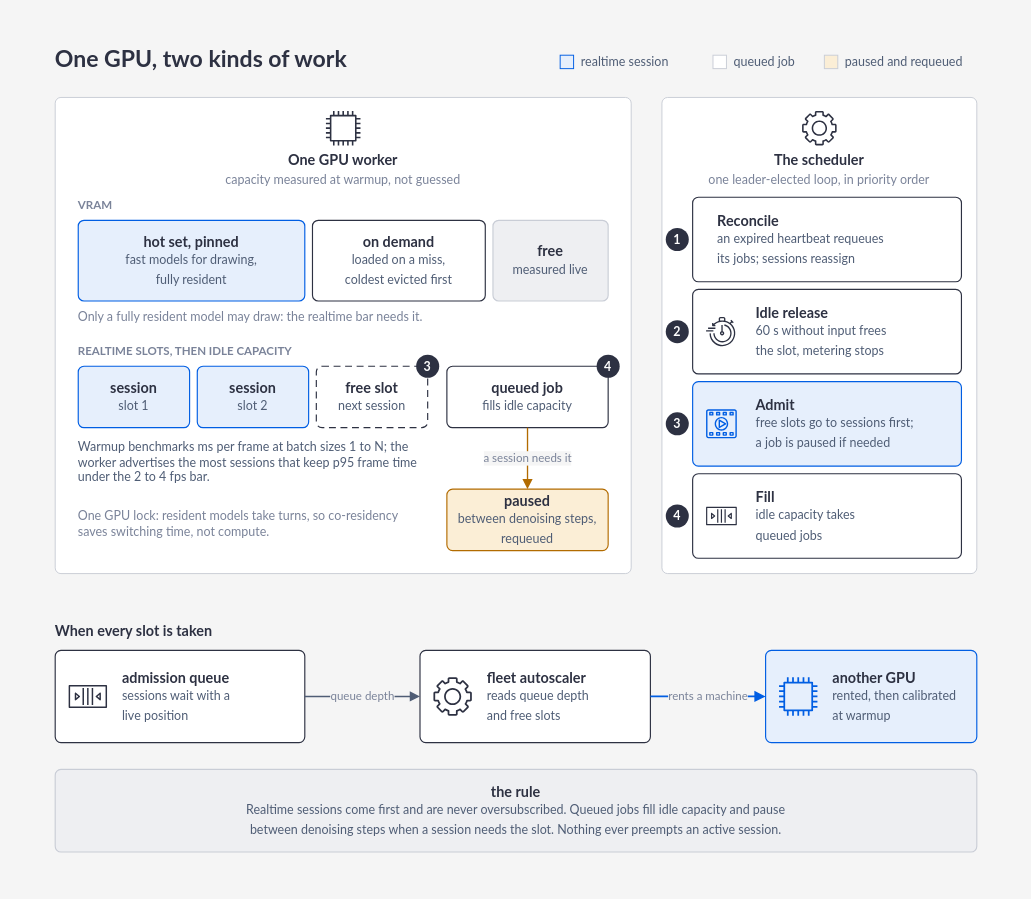
Earlier version of the draw.io diagram docs/figures/whitepaper/gpu-scheduling.drawio (Portocolom-Studio/potocolom). Source tidied: cells renumbered, new cells numbered last; positions are measured from the earlier drawing's top-left corner, leaving out a move shared by most shapes. Both pictures are drawn from the tidied source at 96%, with x=0, y=0 at pixel (16, 16).
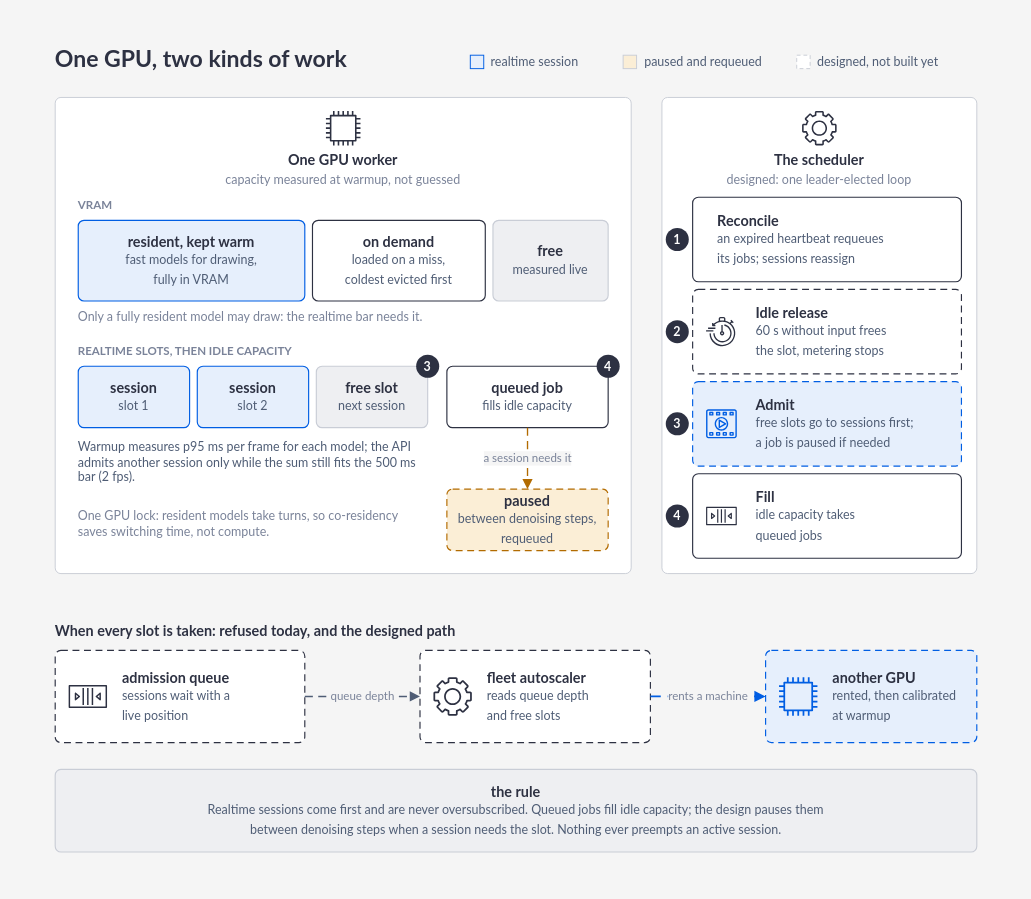
Above is the later version.

The change refers to these unchanged cells:
```xml
<mxCell id="27" value="&lt;b&gt;queued job&lt;/b&gt;&lt;br&gt;&lt;span style=&quot;font-size:13px;font-weight:normal;color:#4f5d75;line-height:1.5&quot;&gt;fills idle capacity&lt;/span&gt;" style="rounded=1;absoluteArcSize=1;arcSize=12;whiteSpace=wrap;html=1;fillColor=#ffffff;strokeColor=#2d3142;strokeWidth=1.2;fontFamily=Lato;fontSize=15;fontColor=#2d3142;fontStyle=0;align=center;verticalAlign=middle;spacing=10;" parent="1" vertex="1">
  <mxGeometry x="448" y="364" width="168" height="64" as="geometry" />
</mxCell>
```

What changed in the source:
```diff
@@
-    <mxCell id="4" style="rounded=0;absoluteArcSize=1;arcSize=12;whiteSpace=wrap;html=1;fillColor=#fbeed6;strokeColor=#c9cdd6;strokeWidth=1;fontFamily=Lato;fontSize=16;fontColor=#2d3142;fontStyle=1;align=center;verticalAlign=middle;spacing=10;" parent="1" vertex="1">
-      <mxGeometry x="841.2" y="40" width="14" height="14" as="geometry" />
+    <mxCell id="4" style="rounded=0;absoluteArcSize=1;arcSize=12;whiteSpace=wrap;html=1;fillColor=#ffffff;strokeColor=#c9cdd6;dashed=1;dashPattern=4 3;strokeWidth=1;fontFamily=Lato;fontSize=16;fontColor=#2d3142;fontStyle=1;align=center;verticalAlign=middle;spacing=10;" parent="1" vertex="1">
+      <mxGeometry x="812.4" y="40" width="14" height="14" as="geometry" />
     </mxCell>
-    <mxCell id="5" value="paused and requeued" style="text;html=1;whiteSpace=wrap;fontFamily=Lato;fontSize=13;fontColor=#4f5d75;fontStyle=0;align=left;verticalAlign=middle;spacing=0;" parent="1" vertex="1">
-      <mxGeometry x="863.2" y="37" width="136.8" height="20" as="geometry" />
+    <mxCell id="5" value="designed, not built yet" style="text;html=1;whiteSpace=wrap;fontFamily=Lato;fontSize=13;fontColor=#4f5d75;fontStyle=0;align=left;verticalAlign=middle;spacing=0;" parent="1" vertex="1">
+      <mxGeometry x="834.4" y="37" width="165.6" height="20" as="geometry" />
     </mxCell>
-    <mxCell id="6" style="rounded=0;absoluteArcSize=1;arcSize=12;whiteSpace=wrap;html=1;fillColor=#ffffff;strokeColor=#c9cdd6;strokeWidth=1;fontFamily=Lato;fontSize=16;fontColor=#2d3142;fontStyle=1;align=center;verticalAlign=middle;spacing=10;" parent="1" vertex="1">
-      <mxGeometry x="725.2" y="40" width="14" height="14" as="geometry" />
+    <mxCell id="6" style="rounded=0;absoluteArcSize=1;arcSize=12;whiteSpace=wrap;html=1;fillColor=#fbeed6;strokeColor=#c9cdd6;strokeWidth=1;fontFamily=Lato;fontSize=16;fontColor=#2d3142;fontStyle=1;align=center;verticalAlign=middle;spacing=10;" parent="1" vertex="1">
+      <mxGeometry x="631.6" y="40" width="14" height="14" as="geometry" />
     </mxCell>
-    <mxCell id="7" value="queued job" style="text;html=1;whiteSpace=wrap;fontFamily=Lato;fontSize=13;fontColor=#4f5d75;fontStyle=0;align=left;verticalAlign=middle;spacing=0;" parent="1" vertex="1">
-      <mxGeometry x="747.2" y="37" width="72" height="20" as="geometry" />
+    <mxCell id="7" value="paused and requeued" style="text;html=1;whiteSpace=wrap;fontFamily=Lato;fontSize=13;fontColor=#4f5d75;fontStyle=0;align=left;verticalAlign=middle;spacing=0;" parent="1" vertex="1">
+      <mxGeometry x="653.6" y="37" width="136.8" height="20" as="geometry" />
     </mxCell>
     <mxCell id="8" style="rounded=0;absoluteArcSize=1;arcSize=12;whiteSpace=wrap;html=1;fillColor=#e6effc;strokeColor=#005ee3;strokeWidth=1;fontFamily=Lato;fontSize=16;fontColor=#2d3142;fontStyle=1;align=center;verticalAlign=middle;spacing=10;" parent="1" vertex="1">
-      <mxGeometry x="566" y="40" width="14" height="14" as="geometry" />
+      <mxGeometry x="472.4" y="40" width="14" height="14" as="geometry" />
     </mxCell>
     <mxCell id="9" value="realtime session" style="text;html=1;whiteSpace=wrap;fontFamily=Lato;fontSize=13;fontColor=#4f5d75;fontStyle=0;align=left;verticalAlign=middle;spacing=0;" parent="1" vertex="1">
-      <mxGeometry x="588" y="37" width="115.2" height="20" as="geometry" />
+      <mxGeometry x="494.4" y="37" width="115.2" height="20" as="geometry" />
     </mxCell>
@@
-    <mxCell id="17" value="one leader-elected loop, in priority order" style="text;html=1;whiteSpace=wrap;fontFamily=Lato;fontSize=13;fontColor=#7a8399;fontStyle=0;align=center;verticalAlign=middle;spacing=0;" parent="1" vertex="1">
+    <mxCell id="17" value="designed: one leader-elected loop" style="text;html=1;whiteSpace=wrap;fontFamily=Lato;fontSize=13;fontColor=#7a8399;fontStyle=0;align=center;verticalAlign=middle;spacing=0;" parent="1" vertex="1">
       <mxGeometry x="688" y="160" width="296" height="20" as="geometry" />
     </mxCell>
@@
-    <mxCell id="19" value="&lt;b&gt;hot set, pinned&lt;/b&gt;&lt;br&gt;&lt;span style=&quot;font-size:13px;font-weight:normal;color:#4f5d75;line-height:1.5&quot;&gt;fast models for drawing,&lt;br&gt;fully resident&lt;/span&gt;" style="rounded=1;absoluteArcSize=1;arcSize=12;whiteSpace=wrap;html=1;fillColor=#e6effc;strokeColor=#005ee3;strokeWidth=1.2;fontFamily=Lato;fontSize=15;fontColor=#2d3142;fontStyle=0;align=center;verticalAlign=middle;spacing=10;" parent="1" vertex="1">
+    <mxCell id="19" value="&lt;b&gt;resident, kept warm&lt;/b&gt;&lt;br&gt;&lt;span style=&quot;font-size:13px;font-weight:normal;color:#4f5d75;line-height:1.5&quot;&gt;fast models for drawing,&lt;br&gt;fully in VRAM&lt;/span&gt;" style="rounded=1;absoluteArcSize=1;arcSize=12;whiteSpace=wrap;html=1;fillColor=#e6effc;strokeColor=#005ee3;strokeWidth=1.2;fontFamily=Lato;fontSize=15;fontColor=#2d3142;fontStyle=0;align=center;verticalAlign=middle;spacing=10;" parent="1" vertex="1">
       <mxGeometry x="64" y="212" width="236" height="84" as="geometry" />
     </mxCell>
@@
-    <mxCell id="26" value="&lt;b&gt;free slot&lt;/b&gt;&lt;br&gt;&lt;span style=&quot;font-size:13px;font-weight:normal;color:#4f5d75;line-height:1.5&quot;&gt;next session&lt;/span&gt;" style="rounded=1;absoluteArcSize=1;arcSize=12;whiteSpace=wrap;html=1;fillColor=#ffffff;strokeColor=#2d3142;strokeWidth=1.2;dashed=1;dashPattern=6 4;fontFamily=Lato;fontSize=15;fontColor=#2d3142;fontStyle=0;align=center;verticalAlign=middle;spacing=10;" parent="1" vertex="1">
+    <mxCell id="26" value="&lt;b&gt;free slot&lt;/b&gt;&lt;br&gt;&lt;span style=&quot;font-size:13px;font-weight:normal;color:#4f5d75;line-height:1.5&quot;&gt;next session&lt;/span&gt;" style="rounded=1;absoluteArcSize=1;arcSize=12;whiteSpace=wrap;html=1;fillColor=#eeeff2;strokeColor=#c9cdd6;strokeWidth=1.2;fontFamily=Lato;fontSize=15;fontColor=#2d3142;fontStyle=0;align=center;verticalAlign=middle;spacing=10;" parent="1" vertex="1">
       <mxGeometry x="312" y="364" width="116" height="64" as="geometry" />
     </mxCell>
@@
-    <mxCell id="30" value="Warmup benchmarks ms per frame at batch sizes 1 to N; the worker advertises the most sessions that keep p95 frame time under the 2 to 4 fps bar." style="text;html=1;whiteSpace=wrap;fontFamily=Lato;fontSize=13;fontColor=#4f5d75;fontStyle=0;align=left;verticalAlign=top;spacing=0;" parent="1" vertex="1">
+    <mxCell id="30" value="Warmup measures p95 ms per frame for each model; the API admits another session only while the sum still fits the 500 ms bar (2 fps)." style="text;html=1;whiteSpace=wrap;fontFamily=Lato;fontSize=13;fontColor=#4f5d75;fontStyle=0;align=left;verticalAlign=top;spacing=0;" parent="1" vertex="1">
       <mxGeometry x="64" y="436" width="360" height="60" as="geometry" />
     </mxCell>
-    <mxCell id="31" value="&lt;b&gt;paused&lt;/b&gt;&lt;br&gt;&lt;span style=&quot;font-size:13px;font-weight:normal;color:#4f5d75;line-height:1.5&quot;&gt;between denoising steps,&lt;br&gt;requeued&lt;/span&gt;" style="rounded=1;absoluteArcSize=1;arcSize=12;whiteSpace=wrap;html=1;fillColor=#fbeed6;strokeColor=#b26b00;strokeWidth=1.2;fontFamily=Lato;fontSize=15;fontColor=#2d3142;fontStyle=0;align=center;verticalAlign=middle;spacing=10;" parent="1" vertex="1">
+    <mxCell id="31" value="&lt;b&gt;paused&lt;/b&gt;&lt;br&gt;&lt;span style=&quot;font-size:13px;font-weight:normal;color:#4f5d75;line-height:1.5&quot;&gt;between denoising steps,&lt;br&gt;requeued&lt;/span&gt;" style="rounded=1;absoluteArcSize=1;arcSize=12;whiteSpace=wrap;html=1;fillColor=#fbeed6;strokeColor=#b26b00;dashed=1;dashPattern=6 4;strokeWidth=1.2;fontFamily=Lato;fontSize=15;fontColor=#2d3142;fontStyle=0;align=center;verticalAlign=middle;spacing=10;" parent="1" vertex="1">
       <mxGeometry x="448" y="492" width="168" height="64" as="geometry" />
     </mxCell>
-    <mxCell id="32" value="a session needs it" style="edgeStyle=orthogonalEdgeStyle;rounded=1;html=1;strokeColor=#b26b00;strokeWidth=1.4;fontFamily=Lato;fontSize=12;fontColor=#7a8399;labelBackgroundColor=#f5f5f5;endArrow=block;endFill=1;endSize=7;exitX=0.5;exitY=1;exitDx=0;exitDy=0;entryX=0.5;entryY=0;entryDx=0;entryDy=0;" parent="1" edge="1" source="27" target="31">
+    <mxCell id="32" value="a session needs it" style="edgeStyle=orthogonalEdgeStyle;rounded=1;html=1;strokeColor=#b26b00;strokeWidth=1.4;fontFamily=Lato;fontSize=12;fontColor=#7a8399;labelBackgroundColor=#f5f5f5;endArrow=block;endFill=1;endSize=7;dashed=1;dashPattern=6 4;exitX=0.5;exitY=1;exitDx=0;exitDy=0;entryX=0.5;entryY=0;entryDx=0;entryDy=0;" parent="1" edge="1" source="27" target="31">
       <mxGeometry relative="1" as="geometry" />
     </mxCell>
@@
-    <mxCell id="36" value="&lt;b&gt;Idle release&lt;/b&gt;&lt;br&gt;&lt;span style=&quot;font-size:13px;font-weight:normal;color:#4f5d75;line-height:1.5&quot;&gt;60 s without input frees&lt;br&gt;the slot, metering stops&lt;/span&gt;" style="rounded=1;absoluteArcSize=1;arcSize=12;whiteSpace=wrap;html=1;fillColor=#ffffff;strokeColor=#2d3142;strokeWidth=1.2;fontFamily=Lato;fontSize=15;fontColor=#2d3142;fontStyle=0;align=left;spacingLeft=56;verticalAlign=middle;spacing=10;" parent="1" vertex="1">
+    <mxCell id="36" value="&lt;b&gt;Idle release&lt;/b&gt;&lt;br&gt;&lt;span style=&quot;font-size:13px;font-weight:normal;color:#4f5d75;line-height:1.5&quot;&gt;60 s without input frees&lt;br&gt;the slot, metering stops&lt;/span&gt;" style="rounded=1;absoluteArcSize=1;arcSize=12;whiteSpace=wrap;html=1;fillColor=#ffffff;strokeColor=#2d3142;dashed=1;dashPattern=6 4;strokeWidth=1.2;fontFamily=Lato;fontSize=15;fontColor=#2d3142;fontStyle=0;align=left;spacingLeft=56;verticalAlign=middle;spacing=10;" parent="1" vertex="1">
       <mxGeometry x="704" y="284" width="280" height="88" as="geometry" />
     </mxCell>
@@
-    <mxCell id="39" value="&lt;b&gt;Admit&lt;/b&gt;&lt;br&gt;&lt;span style=&quot;font-size:13px;font-weight:normal;color:#4f5d75;line-height:1.5&quot;&gt;free slots go to sessions first;&lt;br&gt;a job is paused if needed&lt;/span&gt;" style="rounded=1;absoluteArcSize=1;arcSize=12;whiteSpace=wrap;html=1;fillColor=#e6effc;strokeColor=#005ee3;strokeWidth=1.2;fontFamily=Lato;fontSize=15;fontColor=#2d3142;fontStyle=0;align=left;spacingLeft=56;verticalAlign=middle;spacing=10;" parent="1" vertex="1">
+    <mxCell id="39" value="&lt;b&gt;Admit&lt;/b&gt;&lt;br&gt;&lt;span style=&quot;font-size:13px;font-weight:normal;color:#4f5d75;line-height:1.5&quot;&gt;free slots go to sessions first;&lt;br&gt;a job is paused if needed&lt;/span&gt;" style="rounded=1;absoluteArcSize=1;arcSize=12;whiteSpace=wrap;html=1;fillColor=#e6effc;strokeColor=#005ee3;dashed=1;dashPattern=6 4;strokeWidth=1.2;fontFamily=Lato;fontSize=15;fontColor=#2d3142;fontStyle=0;align=left;spacingLeft=56;verticalAlign=middle;spacing=10;" parent="1" vertex="1">
       <mxGeometry x="704" y="380" width="280" height="88" as="geometry" />
     </mxCell>
@@
-    <mxCell id="45" value="When every slot is taken" style="text;html=1;whiteSpace=wrap;fontFamily=Lato;fontSize=15;fontColor=#2d3142;fontStyle=1;align=left;verticalAlign=middle;spacing=0;" parent="1" vertex="1">
+    <mxCell id="45" value="When every slot is taken: refused today, and the designed path" style="text;html=1;whiteSpace=wrap;fontFamily=Lato;fontSize=15;fontColor=#2d3142;fontStyle=1;align=left;verticalAlign=middle;spacing=0;" parent="1" vertex="1">
       <mxGeometry x="40" y="628" width="960" height="20" as="geometry" />
     </mxCell>
-    <mxCell id="46" value="&lt;b&gt;admission queue&lt;/b&gt;&lt;br&gt;&lt;span style=&quot;font-size:13px;font-weight:normal;color:#4f5d75;line-height:1.5&quot;&gt;sessions wait with a&lt;br&gt;live position&lt;/span&gt;" style="rounded=1;absoluteArcSize=1;arcSize=12;whiteSpace=wrap;html=1;fillColor=#ffffff;strokeColor=#2d3142;strokeWidth=1.2;fontFamily=Lato;fontSize=15;fontColor=#2d3142;fontStyle=0;align=left;spacingLeft=60;verticalAlign=middle;spacing=10;" parent="1" vertex="1">
+    <mxCell id="46" value="&lt;b&gt;admission queue&lt;/b&gt;&lt;br&gt;&lt;span style=&quot;font-size:13px;font-weight:normal;color:#4f5d75;line-height:1.5&quot;&gt;sessions wait with a&lt;br&gt;live position&lt;/span&gt;" style="rounded=1;absoluteArcSize=1;arcSize=12;whiteSpace=wrap;html=1;fillColor=#ffffff;strokeColor=#2d3142;dashed=1;dashPattern=6 4;strokeWidth=1.2;fontFamily=Lato;fontSize=15;fontColor=#2d3142;fontStyle=0;align=left;spacingLeft=60;verticalAlign=middle;spacing=10;" parent="1" vertex="1">
       <mxGeometry x="40" y="660" width="260" height="96" as="geometry" />
     </mxCell>
@@
-    <mxCell id="48" value="&lt;b&gt;fleet autoscaler&lt;/b&gt;&lt;br&gt;&lt;span style=&quot;font-size:13px;font-weight:normal;color:#4f5d75;line-height:1.5&quot;&gt;reads queue depth&lt;br&gt;and free slots&lt;/span&gt;" style="rounded=1;absoluteArcSize=1;arcSize=12;whiteSpace=wrap;html=1;fillColor=#ffffff;strokeColor=#2d3142;strokeWidth=1.2;fontFamily=Lato;fontSize=15;fontColor=#2d3142;fontStyle=0;align=left;spacingLeft=60;verticalAlign=middle;spacing=10;" parent="1" vertex="1">
+    <mxCell id="48" value="&lt;b&gt;fleet autoscaler&lt;/b&gt;&lt;br&gt;&lt;span style=&quot;font-size:13px;font-weight:normal;color:#4f5d75;line-height:1.5&quot;&gt;reads queue depth&lt;br&gt;and free slots&lt;/span&gt;" style="rounded=1;absoluteArcSize=1;arcSize=12;whiteSpace=wrap;html=1;fillColor=#ffffff;strokeColor=#2d3142;dashed=1;dashPattern=6 4;strokeWidth=1.2;fontFamily=Lato;fontSize=15;fontColor=#2d3142;fontStyle=0;align=left;spacingLeft=60;verticalAlign=middle;spacing=10;" parent="1" vertex="1">
       <mxGeometry x="420" y="660" width="240" height="96" as="geometry" />
     </mxCell>
@@
-    <mxCell id="50" value="&lt;b&gt;another GPU&lt;/b&gt;&lt;br&gt;&lt;span style=&quot;font-size:13px;font-weight:normal;color:#4f5d75;line-height:1.5&quot;&gt;rented, then calibrated&lt;br&gt;at warmup&lt;/span&gt;" style="rounded=1;absoluteArcSize=1;arcSize=12;whiteSpace=wrap;html=1;fillColor=#e6effc;strokeColor=#005ee3;strokeWidth=1.2;fontFamily=Lato;fontSize=15;fontColor=#2d3142;fontStyle=0;align=left;spacingLeft=60;verticalAlign=middle;spacing=10;" parent="1" vertex="1">
+    <mxCell id="50" value="&lt;b&gt;another GPU&lt;/b&gt;&lt;br&gt;&lt;span style=&quot;font-size:13px;font-weight:normal;color:#4f5d75;line-height:1.5&quot;&gt;rented, then calibrated&lt;br&gt;at warmup&lt;/span&gt;" style="rounded=1;absoluteArcSize=1;arcSize=12;whiteSpace=wrap;html=1;fillColor=#e6effc;strokeColor=#005ee3;dashed=1;dashPattern=6 4;strokeWidth=1.2;fontFamily=Lato;fontSize=15;fontColor=#2d3142;fontStyle=0;align=left;spacingLeft=60;verticalAlign=middle;spacing=10;" parent="1" vertex="1">
       <mxGeometry x="780" y="660" width="220" height="96" as="geometry" />
     </mxCell>
@@
-    <mxCell id="52" value="queue depth" style="edgeStyle=orthogonalEdgeStyle;rounded=1;html=1;strokeColor=#4f5d75;strokeWidth=1.4;fontFamily=Lato;fontSize=12;fontColor=#7a8399;labelBackgroundColor=#f5f5f5;endArrow=block;endFill=1;endSize=7;exitX=1;exitY=0.5;exitDx=0;exitDy=0;entryX=0;entryY=0.5;entryDx=0;entryDy=0;" parent="1" edge="1" source="46" target="48">
+    <mxCell id="52" value="queue depth" style="edgeStyle=orthogonalEdgeStyle;rounded=1;html=1;strokeColor=#4f5d75;strokeWidth=1.4;fontFamily=Lato;fontSize=12;fontColor=#7a8399;labelBackgroundColor=#f5f5f5;endArrow=block;endFill=1;endSize=7;dashed=1;dashPattern=6 4;exitX=1;exitY=0.5;exitDx=0;exitDy=0;entryX=0;entryY=0.5;entryDx=0;entryDy=0;" parent="1" edge="1" source="46" target="48">
       <mxGeometry relative="1" as="geometry" />
     </mxCell>
-    <mxCell id="53" value="rents a machine" style="edgeStyle=orthogonalEdgeStyle;rounded=1;html=1;strokeColor=#005ee3;strokeWidth=1.8;fontFamily=Lato;fontSize=12;fontColor=#7a8399;labelBackgroundColor=#f5f5f5;endArrow=block;endFill=1;endSize=7;exitX=1;exitY=0.5;exitDx=0;exitDy=0;entryX=0;entryY=0.5;entryDx=0;entryDy=0;" parent="1" edge="1" source="48" target="50">
+    <mxCell id="53" value="rents a machine" style="edgeStyle=orthogonalEdgeStyle;rounded=1;html=1;strokeColor=#005ee3;strokeWidth=1.8;fontFamily=Lato;fontSize=12;fontColor=#7a8399;labelBackgroundColor=#f5f5f5;endArrow=block;endFill=1;endSize=7;dashed=1;dashPattern=6 4;exitX=1;exitY=0.5;exitDx=0;exitDy=0;entryX=0;entryY=0.5;entryDx=0;entryDy=0;" parent="1" edge="1" source="48" target="50">
       <mxGeometry relative="1" as="geometry" />
     </mxCell>
-    <mxCell id="54" value="&lt;b&gt;the rule&lt;/b&gt;&lt;br&gt;&lt;span style=&quot;font-size:13px;font-weight:normal;color:#4f5d75;line-height:1.5&quot;&gt;Realtime sessions come first and are never oversubscribed. Queued jobs fill idle capacity and pause&lt;br&gt;between denoising steps when a session needs the slot. Nothing ever preempts an active session.&lt;/span&gt;" style="rounded=1;absoluteArcSize=1;arcSize=12;whiteSpace=wrap;html=1;fillColor=#eeeff2;strokeColor=#c9cdd6;strokeWidth=1.2;fontFamily=Lato;fontSize=15;fontColor=#2d3142;fontStyle=0;align=center;verticalAlign=middle;spacing=10;" parent="1" vertex="1">
+    <mxCell id="54" value="&lt;b&gt;the rule&lt;/b&gt;&lt;br&gt;&lt;span style=&quot;font-size:13px;font-weight:normal;color:#4f5d75;line-height:1.5&quot;&gt;Realtime sessions come first and are never oversubscribed. Queued jobs fill idle capacity; the design pauses them&lt;br&gt;between denoising steps when a session needs the slot. Nothing ever preempts an active session.&lt;/span&gt;" style="rounded=1;absoluteArcSize=1;arcSize=12;whiteSpace=wrap;html=1;fillColor=#eeeff2;strokeColor=#c9cdd6;strokeWidth=1.2;fontFamily=Lato;fontSize=15;fontColor=#2d3142;fontStyle=0;align=center;verticalAlign=middle;spacing=10;" parent="1" vertex="1">
       <mxGeometry x="40" y="784" width="960" height="86" as="geometry" />
     </mxCell>
```
